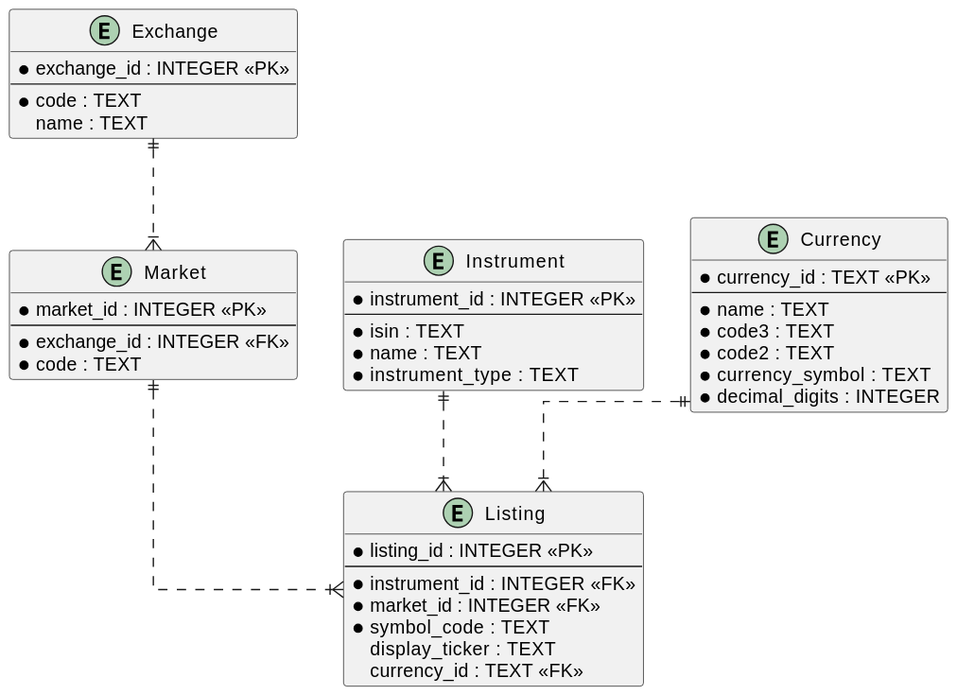
jasset75/symb0l keeps this PlantUML diagram as doc/images/data_model.svg. Above is the earlier version.
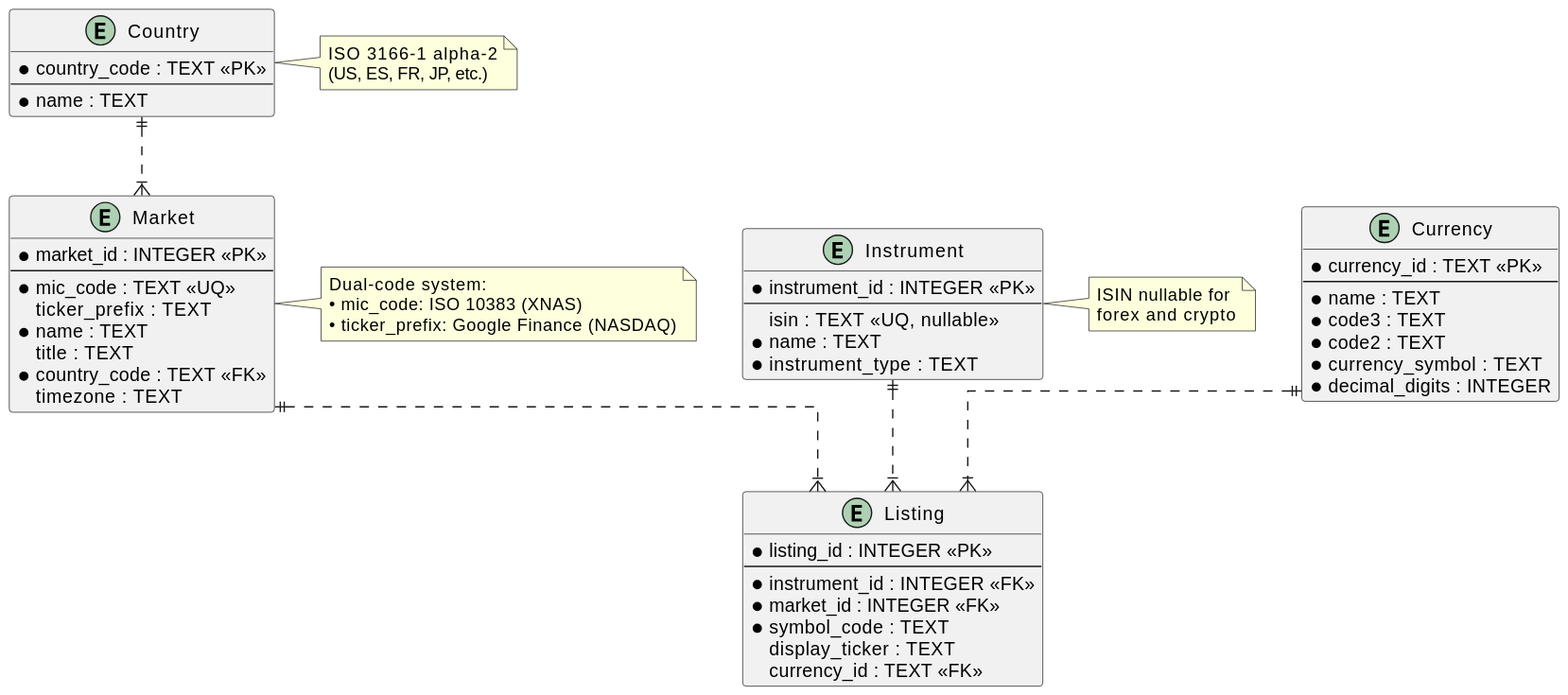
Above is the later version.

Commit message:
feat: add country table with ISO 3166-1 alpha-2 codes

What changed in the source:
```diff
@@ -1,24 +1,27 @@
 @startuml
 skinparam linetype ortho
 
-entity "Exchange" as exchange {
-  *exchange_id : INTEGER <<PK>>
+entity "Country" as country {
+  *country_code : TEXT <<PK>>
   --
-  *code : TEXT
-  name : TEXT
+  *name : TEXT
 }
 
 entity "Market" as market {
   *market_id : INTEGER <<PK>>
   --
-  *exchange_id : INTEGER <<FK>>
-  *code : TEXT
+  *mic_code : TEXT <<UQ>>
+  ticker_prefix : TEXT
+  *name : TEXT
+  title : TEXT
+  *country_code : TEXT <<FK>>
+  timezone : TEXT
 }
 
 entity "Instrument" as instrument {
   *instrument_id : INTEGER <<PK>>
   --
-  *isin : TEXT
+  isin : TEXT <<UQ, nullable>>
   *name : TEXT
   *instrument_type : TEXT
 }
@@ -43,8 +46,24 @@
   *decimal_digits : INTEGER
 }
 
-exchange ||..|{ market
+country ||..|{ market
 market ||..|{ listing
 instrument ||..|{ listing
 currency ||..|{ listing
+
+note right of country
+  ISO 3166-1 alpha-2
+  (US, ES, FR, JP, etc.)
+end note
+
+note right of market
+  Dual-code system:
+  • mic_code: ISO 10383 (XNAS)
+  • ticker_prefix: Google Finance (NASDAQ)
+end note
+
+note right of instrument
+  ISIN nullable for
+  forex and crypto
+end note
 @enduml
```
